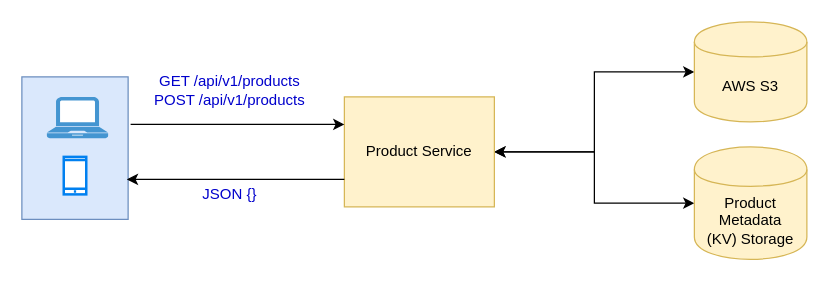
This is designs/xml/Product-API.drawio from clutonik/kudratt.ca, a draw.io file, before an edit. Source tidied: cells renumbered, new cells numbered last; positions are measured from the earlier drawing's top-left corner, leaving out a move shared by most shapes. Both pictures are drawn from the tidied source at 125%, with x=0, y=0 at pixel (21, 21).
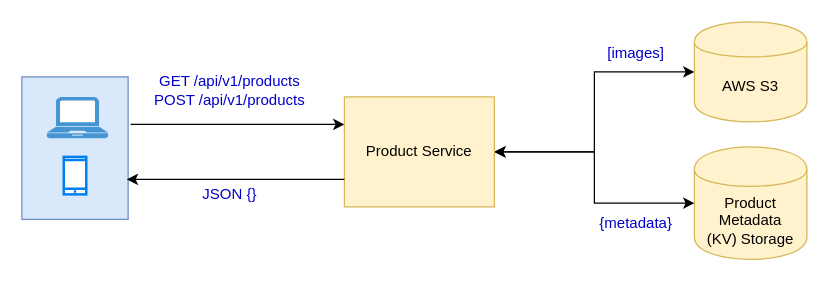
The same page after the edit.

Commit message (it also covers changes not shown here):
Updated Product API Flow

The edit, as a diff of the source:
```diff
@@
 <mxGraphModel>
   <root>
     <mxCell id="0" />
     <mxCell id="1" parent="0" />
     <mxCell id="2" style="rounded=0;whiteSpace=wrap;html=1;fillColor=#dae8fc;strokeColor=#6c8ebf;" parent="1" vertex="1">
       <mxGeometry y="44" width="85" height="114" as="geometry" />
     </mxCell>
     <mxCell id="3" style="edgeStyle=orthogonalEdgeStyle;rounded=0;jettySize=auto;html=1;fontColor=#0000CC;startArrow=classic;startFill=1;" parent="1" edge="1" source="5" target="12">
       <mxGeometry relative="1" as="geometry" />
     </mxCell>
     <mxCell id="4" style="edgeStyle=orthogonalEdgeStyle;rounded=0;jettySize=auto;html=1;fontColor=#0000CC;startArrow=classic;startFill=1;" parent="1" edge="1" source="5" target="13">
       <mxGeometry relative="1" as="geometry" />
     </mxCell>
     <mxCell id="5" value="Product Service" style="rounded=0;whiteSpace=wrap;html=1;fillColor=#fff2cc;strokeColor=#d6b656;" parent="1" vertex="1">
       <mxGeometry x="258" y="60" width="120" height="88" as="geometry" />
     </mxCell>
     <mxCell id="6" style="html=1;verticalLabelPosition=bottom;align=center;labelBackgroundColor=#ffffff;verticalAlign=top;strokeWidth=2;strokeColor=#0080F0;shadow=0;dashed=0;shape=mxgraph.ios7.icons.smartphone;" parent="1" vertex="1">
       <mxGeometry x="33.5" y="108" width="18" height="30" as="geometry" />
     </mxCell>
     <mxCell id="7" style="shadow=0;dashed=0;html=1;strokeColor=none;fillColor=#4495D1;labelPosition=center;verticalLabelPosition=bottom;verticalAlign=top;align=center;shape=mxgraph.veeam.laptop;" parent="1" vertex="1">
       <mxGeometry x="20" y="60" width="49" height="33" as="geometry" />
     </mxCell>
     <mxCell id="8" style="endArrow=none;html=1;entryX=0;entryY=0.75;entryDx=0;entryDy=0;startArrow=classic;startFill=1;endFill=0;" parent="1" edge="1" target="5">
       <mxGeometry relative="1" as="geometry">
         <mxPoint x="84" y="126" as="sourcePoint" />
       </mxGeometry>
     </mxCell>
     <mxCell id="9" style="endArrow=classic;html=1;entryX=0;entryY=0.25;entryDx=0;entryDy=0;startArrow=none;startFill=0;" parent="1" edge="1" target="5">
       <mxGeometry relative="1" as="geometry">
         <mxPoint x="87" y="82" as="sourcePoint" />
       </mxGeometry>
     </mxCell>
     <mxCell id="10" value="GET /api/v1/products&lt;br&gt;POST /api/v1/products" style="text;html=1;align=center;verticalAlign=middle;fontColor=#0000CC;" parent="1" vertex="1">
       <mxGeometry x="96.4" y="40" width="140" height="30" as="geometry" />
     </mxCell>
     <mxCell id="11" value="JSON {}" style="text;html=1;align=center;verticalAlign=middle;strokeColor=none;fontColor=#0000CC;" parent="1" vertex="1">
       <mxGeometry x="136.4" y="128" width="60" height="20" as="geometry" />
     </mxCell>
     <mxCell id="12" value="AWS S3" style="shape=cylinder;whiteSpace=wrap;html=1;boundedLbl=1;backgroundOutline=1;rounded=0;strokeColor=#d6b656;fillColor=#fff2cc;" parent="1" vertex="1">
       <mxGeometry x="538" width="90" height="80" as="geometry" />
     </mxCell>
     <mxCell id="13" value="Product Metadata&lt;br&gt;(KV) Storage&lt;br&gt;" style="shape=cylinder;whiteSpace=wrap;html=1;boundedLbl=1;backgroundOutline=1;rounded=0;strokeColor=#d6b656;fillColor=#fff2cc;" parent="1" vertex="1">
       <mxGeometry x="538" y="100" width="90" height="90" as="geometry" />
     </mxCell>
+    <mxCell id="14" value="[images]" style="text;html=1;align=center;verticalAlign=middle;strokeColor=none;fontColor=#0000CC;" parent="1" vertex="1">
+      <mxGeometry x="463" y="16" width="55" height="18" as="geometry" />
+    </mxCell>
+    <mxCell id="15" value="{metadata}" style="text;html=1;align=center;verticalAlign=middle;strokeColor=none;fontColor=#0000CC;" parent="1" vertex="1">
+      <mxGeometry x="456.5" y="152" width="68" height="18" as="geometry" />
+    </mxCell>
   </root>
 </mxGraphModel>
```
